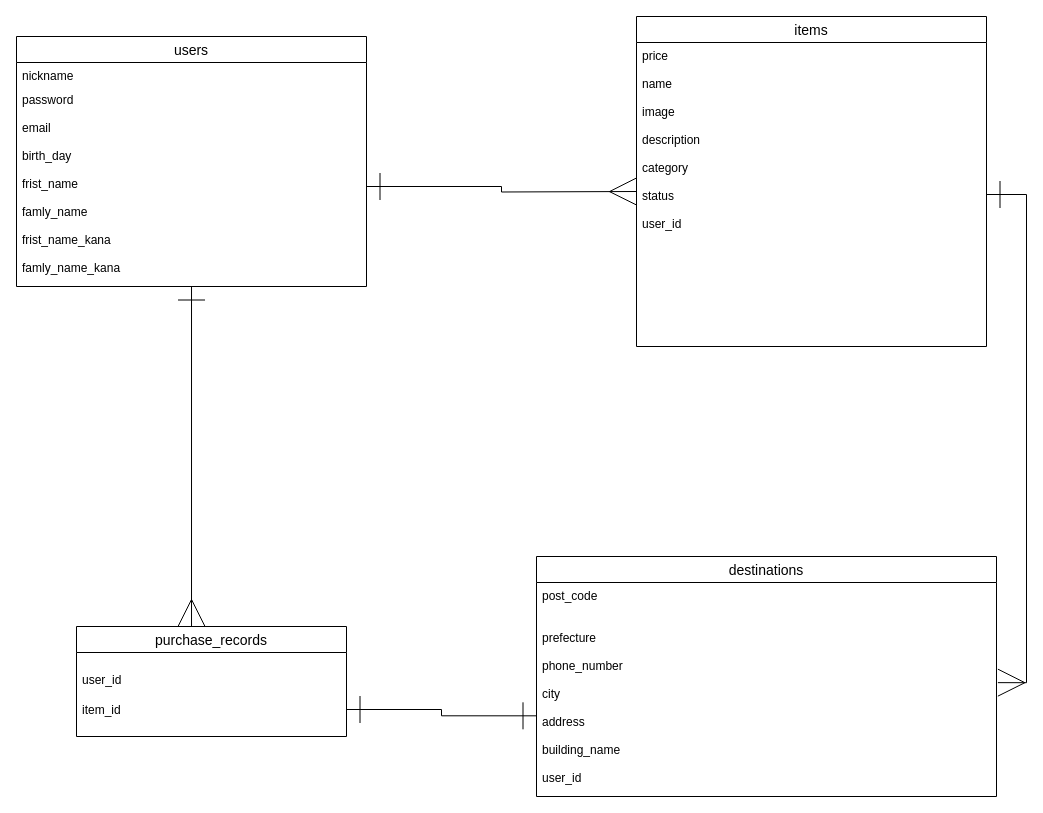
The draw.io diagram app/views/test.dio in yamaryo765/furima-33988, before the edit. Source tidied: cells renumbered, new cells numbered last; positions are measured from the earlier drawing's top-left corner, leaving out a move shared by most shapes. Both pictures are drawn from the tidied source at 100%, with x=0, y=0 at pixel (16, 16).
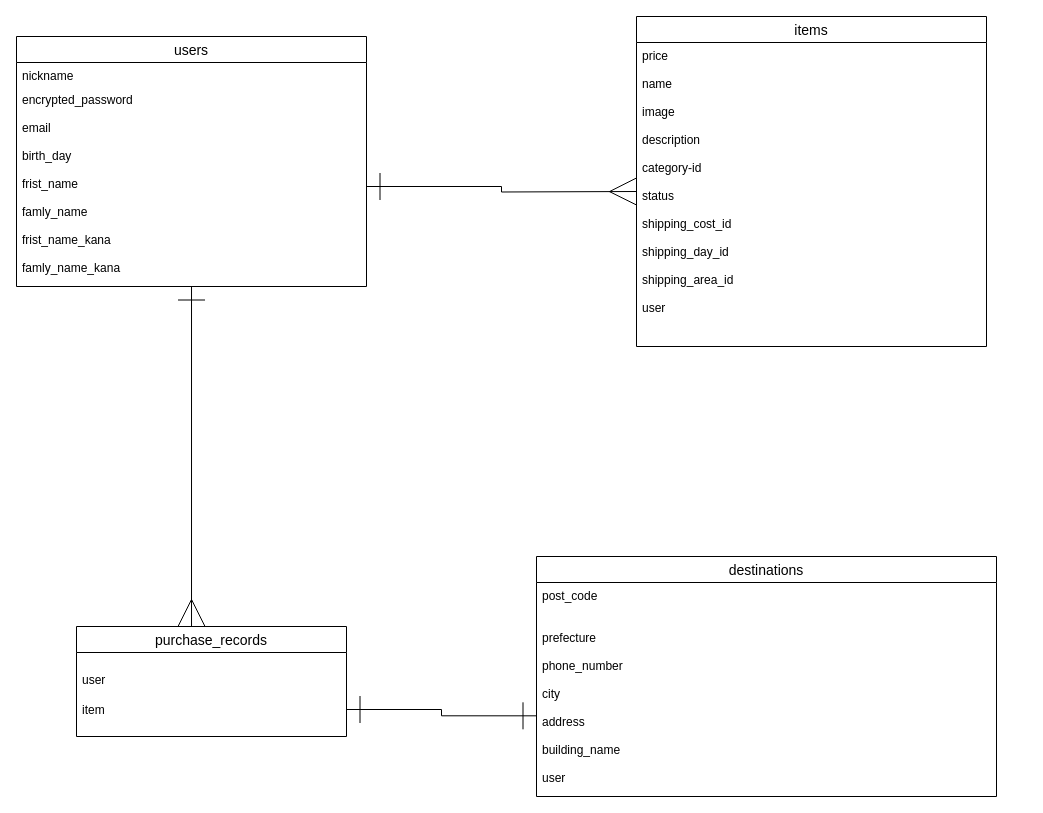
After the change.

Commit message (it also covers changes not shown here):
README及びERの修正

The edit, as a diff of the source:
```diff
@@
 <mxGraphModel>
   <root>
     <mxCell id="0" />
     <mxCell id="1" parent="0" />
     <mxCell id="2" style="edgeStyle=orthogonalEdgeStyle;rounded=0;jettySize=auto;html=1;entryX=0.426;entryY=0;entryDx=0;entryDy=0;entryPerimeter=0;startArrow=ERone;startFill=0;startSize=25;endArrow=ERmany;endFill=0;endSize=25;" parent="1" edge="1" source="3" target="7">
       <mxGeometry relative="1" as="geometry" />
     </mxCell>
     <mxCell id="3" value="users" style="swimlane;fontStyle=0;horizontal=1;startSize=26;align=center;fontSize=14;" parent="1" vertex="1">
       <mxGeometry y="20" width="350" height="250" as="geometry" />
     </mxCell>
     <mxCell id="4" value="nickname" style="text;strokeColor=none;fillColor=none;spacingLeft=4;spacingRight=4;overflow=hidden;fontSize=12;" parent="3" vertex="1">
       <mxGeometry y="26" width="350" height="224" as="geometry" />
     </mxCell>
     <mxCell id="5" value="items" style="swimlane;fontStyle=0;horizontal=1;startSize=26;align=center;fontSize=14;" parent="1" vertex="1">
       <mxGeometry x="620" width="350" height="330" as="geometry" />
     </mxCell>
-    <mxCell id="6" value="price&#10;&#10;name&#10;&#10;image&#10;&#10;description&#10;&#10;category&#10;&#10;status&#10;&#10;user_id&#10;&#10;" style="text;strokeColor=none;fillColor=none;spacingLeft=4;spacingRight=4;overflow=hidden;points=[[0,0.5],[1,0.5]];portConstraint=eastwest;fontSize=12;" parent="5" vertex="1">
+    <mxCell id="6" value="price&#10;&#10;name&#10;&#10;image&#10;&#10;description&#10;&#10;category-id&#10;&#10;status&#10;&#10;shipping_cost_id&#10;&#10;shipping_day_id&#10;&#10;shipping_area_id&#10;&#10;user&#10;&#10;" style="text;strokeColor=none;fillColor=none;spacingLeft=4;spacingRight=4;overflow=hidden;points=[[0,0.5],[1,0.5]];portConstraint=eastwest;fontSize=12;" parent="5" vertex="1">
       <mxGeometry y="26" width="350" height="304" as="geometry" />
     </mxCell>
     <mxCell id="7" value="purchase_records" style="swimlane;fontStyle=0;horizontal=1;startSize=26;align=center;fontSize=14;" parent="1" vertex="1">
       <mxGeometry x="60" y="610" width="270" height="110" as="geometry" />
     </mxCell>
-    <mxCell id="8" value="&#10;user_id" style="text;strokeColor=none;fillColor=none;spacingLeft=4;spacingRight=4;overflow=hidden;fontSize=12;" parent="7" vertex="1">
+    <mxCell id="8" value="&#10;user" style="text;strokeColor=none;fillColor=none;spacingLeft=4;spacingRight=4;overflow=hidden;fontSize=12;" parent="7" vertex="1">
       <mxGeometry y="26" width="270" height="30" as="geometry" />
     </mxCell>
-    <mxCell id="9" value="&#10;item_id" style="text;strokeColor=none;fillColor=none;spacingLeft=4;spacingRight=4;overflow=hidden;points=[[0,0.5],[1,0.5]];portConstraint=eastwest;fontSize=12;" parent="7" vertex="1">
+    <mxCell id="9" value="&#10;item" style="text;strokeColor=none;fillColor=none;spacingLeft=4;spacingRight=4;overflow=hidden;points=[[0,0.5],[1,0.5]];portConstraint=eastwest;fontSize=12;" parent="7" vertex="1">
       <mxGeometry y="56" width="270" height="54" as="geometry" />
     </mxCell>
     <mxCell id="10" value="destinations" style="swimlane;fontStyle=0;horizontal=1;startSize=26;align=center;fontSize=14;" parent="1" vertex="1">
       <mxGeometry x="520" y="540" width="460" height="240" as="geometry" />
     </mxCell>
-    <mxCell id="11" value="post_code&#10;&#10;&#10;prefecture&#10;&#10;phone_number&#10;&#10;city&#10;&#10;address&#10;&#10;building_name&#10;&#10;user_id" style="text;strokeColor=none;fillColor=none;spacingLeft=4;spacingRight=4;overflow=hidden;points=[[0,0.5],[1,0.5]];portConstraint=eastwest;fontSize=12;" parent="10" vertex="1">
+    <mxCell id="11" value="post_code&#10;&#10;&#10;prefecture&#10;&#10;phone_number&#10;&#10;city&#10;&#10;address&#10;&#10;building_name&#10;&#10;user" style="text;strokeColor=none;fillColor=none;spacingLeft=4;spacingRight=4;overflow=hidden;points=[[0,0.5],[1,0.5]];portConstraint=eastwest;fontSize=12;" parent="10" vertex="1">
       <mxGeometry y="26" width="460" height="214" as="geometry" />
     </mxCell>
     <mxCell id="12" style="edgeStyle=orthogonalEdgeStyle;rounded=0;jettySize=auto;html=1;startArrow=ERone;startFill=0;startSize=25;endArrow=ERmany;endFill=0;endSize=25;" parent="1" edge="1" source="13">
       <mxGeometry relative="1" as="geometry">
         <mxPoint x="620" y="175" as="targetPoint" />
       </mxGeometry>
     </mxCell>
-    <mxCell id="13" value="password&#10;&#10;email&#10;&#10;birth_day&#10;&#10;frist_name&#10;&#10;famly_name&#10;&#10;frist_name_kana&#10;&#10;famly_name_kana&#10;" style="text;strokeColor=none;fillColor=none;spacingLeft=4;spacingRight=4;overflow=hidden;points=[[0,0.5],[1,0.5]];portConstraint=eastwest;fontSize=12;" parent="1" vertex="1">
+    <mxCell id="13" value="encrypted_password&#10;&#10;email&#10;&#10;birth_day&#10;&#10;frist_name&#10;&#10;famly_name&#10;&#10;frist_name_kana&#10;&#10;famly_name_kana&#10;" style="text;strokeColor=none;fillColor=none;spacingLeft=4;spacingRight=4;overflow=hidden;points=[[0,0.5],[1,0.5]];portConstraint=eastwest;fontSize=12;" parent="1" vertex="1">
       <mxGeometry y="70" width="350" height="200" as="geometry" />
     </mxCell>
     <mxCell id="14" style="edgeStyle=orthogonalEdgeStyle;rounded=0;jettySize=auto;html=1;entryX=0;entryY=0.623;entryDx=0;entryDy=0;entryPerimeter=0;startArrow=ERone;startFill=0;startSize=25;endArrow=ERone;endFill=0;endSize=25;" parent="1" edge="1" source="9" target="11">
       <mxGeometry relative="1" as="geometry" />
     </mxCell>
-    <mxCell id="15" style="edgeStyle=orthogonalEdgeStyle;rounded=0;jettySize=auto;html=1;exitX=1;exitY=0.5;exitDx=0;exitDy=0;entryX=1.003;entryY=0.468;entryDx=0;entryDy=0;entryPerimeter=0;startArrow=ERone;startFill=0;startSize=25;endArrow=ERmany;endFill=0;endSize=25;" parent="1" edge="1" source="6" target="11">
-      <mxGeometry relative="1" as="geometry" />
-    </mxCell>
   </root>
 </mxGraphModel>
```
